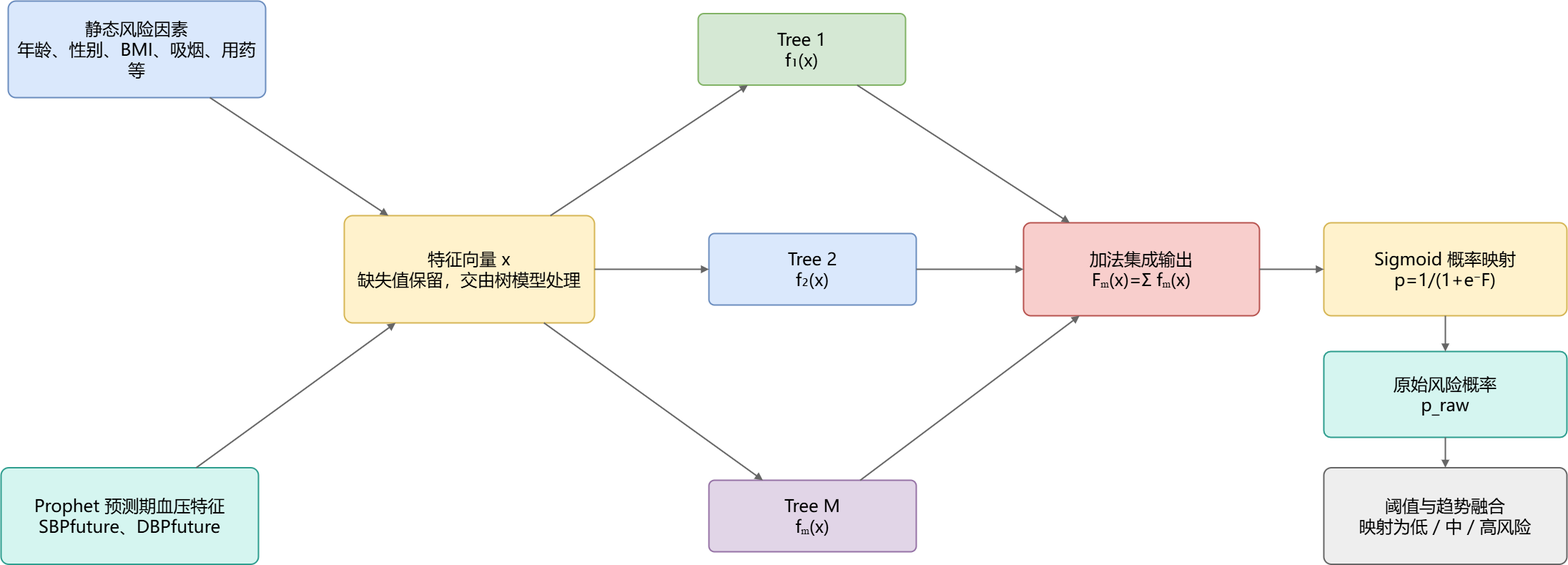
Earlier version of the draw.io export lunwen-doc/论文写作材料/thesis-assets/diagrams/figure-2-3-lightgbm-principle.png (dylancao9527/HPS). Source tidied: cells renumbered, new cells last; positions are measured from the earlier drawing's top-left corner, leaving out a move shared by most shapes. The source it was exported from:
```xml
<mxGraphModel>
  <root>
    <mxCell id="0" />
    <mxCell id="1" parent="0" />
    <mxCell id="2" value="静态风险因素&#10;年龄、性别、BMI、吸烟、用药等" style="rounded=1;arcSize=8;fillColor=#dae8fc;strokeColor=#6c8ebf;strokeWidth=2;whiteSpace=wrap;html=1;fontFamily=Microsoft YaHei;fontSize=24;align=center;verticalAlign=middle;spacing=12;spacingTop=8;spacingBottom=8;" parent="1" vertex="1">
      <mxGeometry x="10" width="360" height="135" as="geometry" />
    </mxCell>
    <mxCell id="3" value="Prophet 预测期血压特征&#10;SBPfuture、DBPfuture" style="rounded=1;arcSize=8;fillColor=#d5f5f0;strokeColor=#2f9e8f;strokeWidth=2;whiteSpace=wrap;html=1;fontFamily=Microsoft YaHei;fontSize=24;align=center;verticalAlign=middle;spacing=12;spacingTop=8;spacingBottom=8;" parent="1" vertex="1">
      <mxGeometry y="652.5" width="360" height="135" as="geometry" />
    </mxCell>
    <mxCell id="4" value="特征向量 x&#10;缺失值保留，交由树模型处理" style="rounded=1;arcSize=8;fillColor=#fff2cc;strokeColor=#d6b656;strokeWidth=2;fontFamily=Cambria Math;whiteSpace=wrap;html=1;fontFamily=Microsoft YaHei;fontSize=24;align=center;verticalAlign=middle;spacing=12;spacingTop=8;spacingBottom=8;" parent="1" vertex="1">
      <mxGeometry x="480" y="300" width="350" height="150" as="geometry" />
    </mxCell>
    <mxCell id="5" value="Tree 1&#10;f₁(x)" style="rounded=1;arcSize=8;fillColor=#d5e8d4;strokeColor=#82b366;strokeWidth=2;whiteSpace=wrap;html=1;fontFamily=Microsoft YaHei;fontSize=24;align=center;verticalAlign=middle;spacing=12;spacingTop=8;spacingBottom=8;" parent="1" vertex="1">
      <mxGeometry x="975" y="17.5" width="290" height="100" as="geometry" />
    </mxCell>
    <mxCell id="6" value="Tree 2&#10;f₂(x)" style="rounded=1;arcSize=8;fillColor=#dae8fc;strokeColor=#6c8ebf;strokeWidth=2;whiteSpace=wrap;html=1;fontFamily=Microsoft YaHei;fontSize=24;align=center;verticalAlign=middle;spacing=12;spacingTop=8;spacingBottom=8;" parent="1" vertex="1">
      <mxGeometry x="990" y="325" width="290" height="100" as="geometry" />
    </mxCell>
    <mxCell id="7" value="Tree M&#10;fₘ(x)" style="rounded=1;arcSize=8;fillColor=#e1d5e7;strokeColor=#9673a6;strokeWidth=2;whiteSpace=wrap;html=1;fontFamily=Microsoft YaHei;fontSize=24;align=center;verticalAlign=middle;spacing=12;spacingTop=8;spacingBottom=8;" parent="1" vertex="1">
      <mxGeometry x="990" y="670" width="290" height="100" as="geometry" />
    </mxCell>
    <mxCell id="8" value="加法集成输出&#10;Fₘ(x)=Σ fₘ(x)" style="rounded=1;arcSize=8;fillColor=#f8cecc;strokeColor=#b85450;strokeWidth=2;whiteSpace=wrap;html=1;fontFamily=Microsoft YaHei;fontSize=24;align=center;verticalAlign=middle;spacing=12;spacingTop=8;spacingBottom=8;" parent="1" vertex="1">
      <mxGeometry x="1430" y="310" width="330" height="130" as="geometry" />
    </mxCell>
    <mxCell id="9" value="Sigmoid 概率映射&#10;p=1/(1+e⁻F)" style="rounded=1;arcSize=8;fillColor=#fff2cc;strokeColor=#d6b656;strokeWidth=2;fontFamily=Cambria Math;whiteSpace=wrap;html=1;fontFamily=Microsoft YaHei;fontSize=24;align=center;verticalAlign=middle;spacing=12;spacingTop=8;spacingBottom=8;" parent="1" vertex="1">
      <mxGeometry x="1850" y="310" width="340" height="130" as="geometry" />
    </mxCell>
    <mxCell id="10" value="原始风险概率&#10;p_raw" style="rounded=1;arcSize=8;fillColor=#d5f5f0;strokeColor=#2f9e8f;strokeWidth=2;whiteSpace=wrap;html=1;fontFamily=Microsoft YaHei;fontSize=24;align=center;verticalAlign=middle;spacing=12;spacingTop=8;spacingBottom=8;" parent="1" vertex="1">
      <mxGeometry x="1850" y="490" width="340" height="120" as="geometry" />
    </mxCell>
    <mxCell id="11" value="阈值与趋势融合&#10;映射为低 / 中 / 高风险" style="rounded=1;arcSize=8;fillColor=#eeeeee;strokeColor=#666666;strokeWidth=2;whiteSpace=wrap;html=1;fontFamily=Microsoft YaHei;fontSize=24;align=center;verticalAlign=middle;spacing=12;spacingTop=8;spacingBottom=8;" parent="1" vertex="1">
      <mxGeometry x="1850" y="652.5" width="340" height="135" as="geometry" />
    </mxCell>
    <mxCell id="12" style="endArrow=block;html=1;rounded=0;strokeWidth=2;strokeColor=#666666;fontFamily=Microsoft YaHei;fontSize=24;labelBackgroundColor=#ffffff;" parent="1" edge="1" source="2" target="4">
      <mxGeometry relative="1" as="geometry" />
    </mxCell>
    <mxCell id="13" style="endArrow=block;html=1;rounded=0;strokeWidth=2;strokeColor=#666666;fontFamily=Microsoft YaHei;fontSize=24;labelBackgroundColor=#ffffff;" parent="1" edge="1" source="3" target="4">
      <mxGeometry relative="1" as="geometry" />
    </mxCell>
    <mxCell id="14" style="endArrow=block;html=1;rounded=0;strokeWidth=2;strokeColor=#666666;fontFamily=Microsoft YaHei;fontSize=24;labelBackgroundColor=#ffffff;" parent="1" edge="1" source="4" target="5">
      <mxGeometry relative="1" as="geometry" />
    </mxCell>
    <mxCell id="15" style="endArrow=block;html=1;rounded=0;strokeWidth=2;strokeColor=#666666;fontFamily=Microsoft YaHei;fontSize=24;labelBackgroundColor=#ffffff;" parent="1" edge="1" source="4" target="6">
      <mxGeometry relative="1" as="geometry" />
    </mxCell>
    <mxCell id="16" style="endArrow=block;html=1;rounded=0;strokeWidth=2;strokeColor=#666666;fontFamily=Microsoft YaHei;fontSize=24;labelBackgroundColor=#ffffff;" parent="1" edge="1" source="4" target="7">
      <mxGeometry relative="1" as="geometry" />
    </mxCell>
    <mxCell id="17" style="endArrow=block;html=1;rounded=0;strokeWidth=2;strokeColor=#666666;fontFamily=Microsoft YaHei;fontSize=24;labelBackgroundColor=#ffffff;" parent="1" edge="1" source="5" target="8">
      <mxGeometry relative="1" as="geometry" />
    </mxCell>
    <mxCell id="18" style="endArrow=block;html=1;rounded=0;strokeWidth=2;strokeColor=#666666;fontFamily=Microsoft YaHei;fontSize=24;labelBackgroundColor=#ffffff;" parent="1" edge="1" source="6" target="8">
      <mxGeometry relative="1" as="geometry" />
    </mxCell>
    <mxCell id="19" style="endArrow=block;html=1;rounded=0;strokeWidth=2;strokeColor=#666666;fontFamily=Microsoft YaHei;fontSize=24;labelBackgroundColor=#ffffff;" parent="1" edge="1" source="7" target="8">
      <mxGeometry relative="1" as="geometry" />
    </mxCell>
    <mxCell id="20" style="endArrow=block;html=1;rounded=0;strokeWidth=2;strokeColor=#666666;fontFamily=Microsoft YaHei;fontSize=24;labelBackgroundColor=#ffffff;" parent="1" edge="1" source="8" target="9">
      <mxGeometry relative="1" as="geometry" />
    </mxCell>
    <mxCell id="21" style="endArrow=block;html=1;rounded=0;strokeWidth=2;strokeColor=#666666;fontFamily=Microsoft YaHei;fontSize=24;labelBackgroundColor=#ffffff;" parent="1" edge="1" source="9" target="10">
      <mxGeometry relative="1" as="geometry" />
    </mxCell>
    <mxCell id="22" style="endArrow=block;html=1;rounded=0;strokeWidth=2;strokeColor=#666666;fontFamily=Microsoft YaHei;fontSize=24;labelBackgroundColor=#ffffff;" parent="1" edge="1" source="10" target="11">
      <mxGeometry relative="1" as="geometry" />
    </mxCell>
  </root>
</mxGraphModel>
```
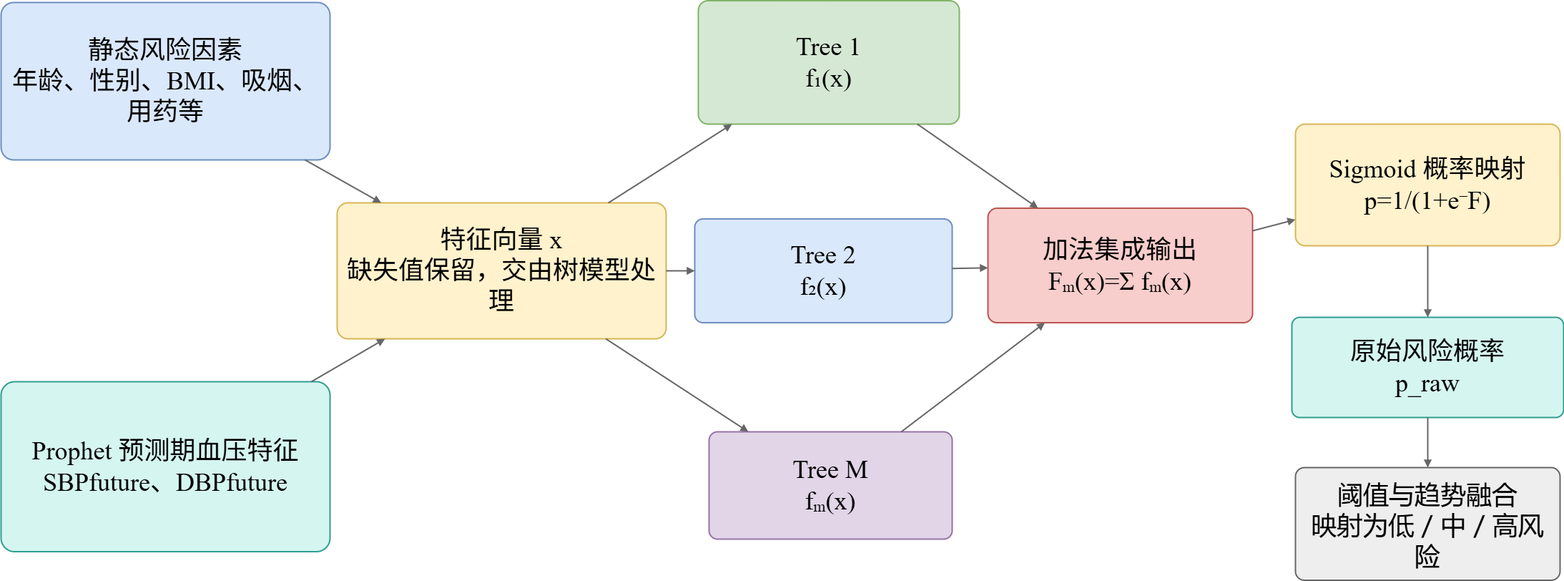
After the change.

Change to the diagram source:
```diff
@@ -2,35 +2,35 @@
   <root>
     <mxCell id="0" />
     <mxCell id="1" parent="0" />
-    <mxCell id="2" value="静态风险因素&#10;年龄、性别、BMI、吸烟、用药等" style="rounded=1;arcSize=8;fillColor=#dae8fc;strokeColor=#6c8ebf;strokeWidth=2;whiteSpace=wrap;html=1;fontFamily=Microsoft YaHei;fontSize=24;align=center;verticalAlign=middle;spacing=12;spacingTop=8;spacingBottom=8;" parent="1" vertex="1">
-      <mxGeometry x="10" width="360" height="135" as="geometry" />
+    <mxCell id="2" value="&lt;font face=&quot;Times New Roman&quot; style=&quot;font-size: 36px;&quot;&gt;静态风险因素&lt;br&gt;年龄、性别、BMI、吸烟、用药等&lt;/font&gt;" style="rounded=1;arcSize=8;fillColor=#dae8fc;strokeColor=#6c8ebf;strokeWidth=2;whiteSpace=wrap;html=1;fontFamily=Microsoft YaHei;fontSize=24;align=center;verticalAlign=middle;spacing=12;spacingTop=8;spacingBottom=8;" parent="1" vertex="1">
+      <mxGeometry y="20" width="460" height="220" as="geometry" />
     </mxCell>
-    <mxCell id="3" value="Prophet 预测期血压特征&#10;SBPfuture、DBPfuture" style="rounded=1;arcSize=8;fillColor=#d5f5f0;strokeColor=#2f9e8f;strokeWidth=2;whiteSpace=wrap;html=1;fontFamily=Microsoft YaHei;fontSize=24;align=center;verticalAlign=middle;spacing=12;spacingTop=8;spacingBottom=8;" parent="1" vertex="1">
-      <mxGeometry y="652.5" width="360" height="135" as="geometry" />
+    <mxCell id="3" value="&lt;font face=&quot;Times New Roman&quot; style=&quot;font-size: 36px;&quot;&gt;Prophet 预测期血压特征&lt;br&gt;SBPfuture、DBPfuture&lt;/font&gt;" style="rounded=1;arcSize=8;fillColor=#d5f5f0;strokeColor=#2f9e8f;strokeWidth=2;whiteSpace=wrap;html=1;fontFamily=Microsoft YaHei;fontSize=24;align=center;verticalAlign=middle;spacing=12;spacingTop=8;spacingBottom=8;" parent="1" vertex="1">
+      <mxGeometry y="550" width="460" height="237.5" as="geometry" />
     </mxCell>
-    <mxCell id="4" value="特征向量 x&#10;缺失值保留，交由树模型处理" style="rounded=1;arcSize=8;fillColor=#fff2cc;strokeColor=#d6b656;strokeWidth=2;fontFamily=Cambria Math;whiteSpace=wrap;html=1;fontFamily=Microsoft YaHei;fontSize=24;align=center;verticalAlign=middle;spacing=12;spacingTop=8;spacingBottom=8;" parent="1" vertex="1">
-      <mxGeometry x="480" y="300" width="350" height="150" as="geometry" />
+    <mxCell id="4" value="&lt;font face=&quot;Times New Roman&quot; style=&quot;font-size: 36px;&quot;&gt;特征向量 x&lt;br&gt;缺失值保留，交由树模型处理&lt;/font&gt;" style="rounded=1;arcSize=8;fillColor=#fff2cc;strokeColor=#d6b656;strokeWidth=2;fontFamily=Cambria Math;whiteSpace=wrap;html=1;fontFamily=Microsoft YaHei;fontSize=24;align=center;verticalAlign=middle;spacing=12;spacingTop=8;spacingBottom=8;" parent="1" vertex="1">
+      <mxGeometry x="470" y="300" width="460" height="190" as="geometry" />
     </mxCell>
-    <mxCell id="5" value="Tree 1&#10;f₁(x)" style="rounded=1;arcSize=8;fillColor=#d5e8d4;strokeColor=#82b366;strokeWidth=2;whiteSpace=wrap;html=1;fontFamily=Microsoft YaHei;fontSize=24;align=center;verticalAlign=middle;spacing=12;spacingTop=8;spacingBottom=8;" parent="1" vertex="1">
-      <mxGeometry x="975" y="17.5" width="290" height="100" as="geometry" />
+    <mxCell id="5" value="&lt;font face=&quot;Times New Roman&quot; style=&quot;font-size: 36px;&quot;&gt;Tree 1&lt;br&gt;f₁(x)&lt;/font&gt;" style="rounded=1;arcSize=8;fillColor=#d5e8d4;strokeColor=#82b366;strokeWidth=2;whiteSpace=wrap;html=1;fontFamily=Microsoft YaHei;fontSize=24;align=center;verticalAlign=middle;spacing=12;spacingTop=8;spacingBottom=8;" parent="1" vertex="1">
+      <mxGeometry x="975" y="17.5" width="365" height="172.5" as="geometry" />
     </mxCell>
-    <mxCell id="6" value="Tree 2&#10;f₂(x)" style="rounded=1;arcSize=8;fillColor=#dae8fc;strokeColor=#6c8ebf;strokeWidth=2;whiteSpace=wrap;html=1;fontFamily=Microsoft YaHei;fontSize=24;align=center;verticalAlign=middle;spacing=12;spacingTop=8;spacingBottom=8;" parent="1" vertex="1">
-      <mxGeometry x="990" y="325" width="290" height="100" as="geometry" />
+    <mxCell id="6" value="&lt;font face=&quot;Times New Roman&quot; style=&quot;font-size: 36px;&quot;&gt;Tree 2&lt;br&gt;f₂(x)&lt;/font&gt;" style="rounded=1;arcSize=8;fillColor=#dae8fc;strokeColor=#6c8ebf;strokeWidth=2;whiteSpace=wrap;html=1;fontFamily=Microsoft YaHei;fontSize=24;align=center;verticalAlign=middle;spacing=12;spacingTop=8;spacingBottom=8;" parent="1" vertex="1">
+      <mxGeometry x="970" y="322.5" width="360" height="145" as="geometry" />
     </mxCell>
-    <mxCell id="7" value="Tree M&#10;fₘ(x)" style="rounded=1;arcSize=8;fillColor=#e1d5e7;strokeColor=#9673a6;strokeWidth=2;whiteSpace=wrap;html=1;fontFamily=Microsoft YaHei;fontSize=24;align=center;verticalAlign=middle;spacing=12;spacingTop=8;spacingBottom=8;" parent="1" vertex="1">
-      <mxGeometry x="990" y="670" width="290" height="100" as="geometry" />
+    <mxCell id="7" value="&lt;font face=&quot;Times New Roman&quot; style=&quot;font-size: 36px;&quot;&gt;Tree M&lt;br&gt;fₘ(x)&lt;/font&gt;" style="rounded=1;arcSize=8;fillColor=#e1d5e7;strokeColor=#9673a6;strokeWidth=2;whiteSpace=wrap;html=1;fontFamily=Microsoft YaHei;fontSize=24;align=center;verticalAlign=middle;spacing=12;spacingTop=8;spacingBottom=8;" parent="1" vertex="1">
+      <mxGeometry x="990" y="620" width="340" height="150" as="geometry" />
     </mxCell>
-    <mxCell id="8" value="加法集成输出&#10;Fₘ(x)=Σ fₘ(x)" style="rounded=1;arcSize=8;fillColor=#f8cecc;strokeColor=#b85450;strokeWidth=2;whiteSpace=wrap;html=1;fontFamily=Microsoft YaHei;fontSize=24;align=center;verticalAlign=middle;spacing=12;spacingTop=8;spacingBottom=8;" parent="1" vertex="1">
-      <mxGeometry x="1430" y="310" width="330" height="130" as="geometry" />
+    <mxCell id="8" value="&lt;font face=&quot;Times New Roman&quot; style=&quot;font-size: 36px;&quot;&gt;加法集成输出&lt;br&gt;Fₘ(x)=Σ fₘ(x)&lt;/font&gt;" style="rounded=1;arcSize=8;fillColor=#f8cecc;strokeColor=#b85450;strokeWidth=2;whiteSpace=wrap;html=1;fontFamily=Microsoft YaHei;fontSize=24;align=center;verticalAlign=middle;spacing=12;spacingTop=8;spacingBottom=8;" parent="1" vertex="1">
+      <mxGeometry x="1380" y="307.5" width="370" height="160" as="geometry" />
     </mxCell>
-    <mxCell id="9" value="Sigmoid 概率映射&#10;p=1/(1+e⁻F)" style="rounded=1;arcSize=8;fillColor=#fff2cc;strokeColor=#d6b656;strokeWidth=2;fontFamily=Cambria Math;whiteSpace=wrap;html=1;fontFamily=Microsoft YaHei;fontSize=24;align=center;verticalAlign=middle;spacing=12;spacingTop=8;spacingBottom=8;" parent="1" vertex="1">
-      <mxGeometry x="1850" y="310" width="340" height="130" as="geometry" />
+    <mxCell id="9" value="&lt;font face=&quot;Times New Roman&quot; style=&quot;font-size: 36px;&quot;&gt;Sigmoid 概率映射&lt;br&gt;p=1/(1+e⁻F)&lt;/font&gt;" style="rounded=1;arcSize=8;fillColor=#fff2cc;strokeColor=#d6b656;strokeWidth=2;fontFamily=Cambria Math;whiteSpace=wrap;html=1;fontFamily=Microsoft YaHei;fontSize=24;align=center;verticalAlign=middle;spacing=12;spacingTop=8;spacingBottom=8;" parent="1" vertex="1">
+      <mxGeometry x="1810" y="190" width="370" height="170" as="geometry" />
     </mxCell>
-    <mxCell id="10" value="原始风险概率&#10;p_raw" style="rounded=1;arcSize=8;fillColor=#d5f5f0;strokeColor=#2f9e8f;strokeWidth=2;whiteSpace=wrap;html=1;fontFamily=Microsoft YaHei;fontSize=24;align=center;verticalAlign=middle;spacing=12;spacingTop=8;spacingBottom=8;" parent="1" vertex="1">
-      <mxGeometry x="1850" y="490" width="340" height="120" as="geometry" />
+    <mxCell id="10" value="&lt;font face=&quot;Times New Roman&quot; style=&quot;font-size: 36px;&quot;&gt;原始风险概率&lt;br&gt;p_raw&lt;/font&gt;" style="rounded=1;arcSize=8;fillColor=#d5f5f0;strokeColor=#2f9e8f;strokeWidth=2;whiteSpace=wrap;html=1;fontFamily=Microsoft YaHei;fontSize=24;align=center;verticalAlign=middle;spacing=12;spacingTop=8;spacingBottom=8;" parent="1" vertex="1">
+      <mxGeometry x="1805" y="460" width="380" height="140" as="geometry" />
     </mxCell>
-    <mxCell id="11" value="阈值与趋势融合&#10;映射为低 / 中 / 高风险" style="rounded=1;arcSize=8;fillColor=#eeeeee;strokeColor=#666666;strokeWidth=2;whiteSpace=wrap;html=1;fontFamily=Microsoft YaHei;fontSize=24;align=center;verticalAlign=middle;spacing=12;spacingTop=8;spacingBottom=8;" parent="1" vertex="1">
-      <mxGeometry x="1850" y="652.5" width="340" height="135" as="geometry" />
+    <mxCell id="11" value="&lt;font style=&quot;font-size: 36px;&quot;&gt;阈值与趋势融合&lt;br&gt;映射为低 / 中 / 高风险&lt;/font&gt;" style="rounded=1;arcSize=8;fillColor=#eeeeee;strokeColor=#666666;strokeWidth=2;whiteSpace=wrap;html=1;fontFamily=Microsoft YaHei;fontSize=24;align=center;verticalAlign=middle;spacing=12;spacingTop=8;spacingBottom=8;" parent="1" vertex="1">
+      <mxGeometry x="1810" y="670" width="370" height="157.5" as="geometry" />
     </mxCell>
     <mxCell id="12" style="endArrow=block;html=1;rounded=0;strokeWidth=2;strokeColor=#666666;fontFamily=Microsoft YaHei;fontSize=24;labelBackgroundColor=#ffffff;" parent="1" edge="1" source="2" target="4">
       <mxGeometry relative="1" as="geometry" />
```
